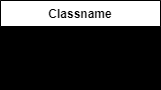
The draw.io diagram Patrones/ejercicio_8/ejercicio8/UMLej8.png in LeoDS9/OO2, before a commit. Source tidied: cells renumbered, new cells last; positions are measured from the earlier drawing's top-left corner, leaving out a move shared by most shapes. Its diagram source:
```xml
<mxGraphModel background="#000000">
  <root>
    <mxCell id="0" />
    <mxCell id="1" parent="0" />
    <mxCell id="2" value="Classname" style="swimlane;fontStyle=1;align=center;verticalAlign=top;horizontal=1;startSize=26;whiteSpace=wrap;html=1;" parent="1" vertex="1">
      <mxGeometry width="160" height="86" as="geometry" />
    </mxCell>
    <mxCell id="3" value="+ field: type" style="text;strokeColor=none;fillColor=none;align=left;verticalAlign=top;spacingLeft=4;spacingRight=4;overflow=hidden;whiteSpace=wrap;html=1;" parent="2" vertex="1">
      <mxGeometry y="26" width="160" height="26" as="geometry" />
    </mxCell>
    <mxCell id="4" style="line;strokeWidth=1;fillColor=none;align=left;verticalAlign=middle;spacingTop=-1;spacingLeft=3;spacingRight=3;labelPosition=right;strokeColor=inherit;" parent="2" vertex="1">
      <mxGeometry y="52" width="160" height="8" as="geometry" />
    </mxCell>
    <mxCell id="5" value="+ method(type): type" style="text;strokeColor=none;fillColor=none;align=left;verticalAlign=top;spacingLeft=4;spacingRight=4;overflow=hidden;whiteSpace=wrap;html=1;" parent="2" vertex="1">
      <mxGeometry y="60" width="160" height="26" as="geometry" />
    </mxCell>
  </root>
</mxGraphModel>
```
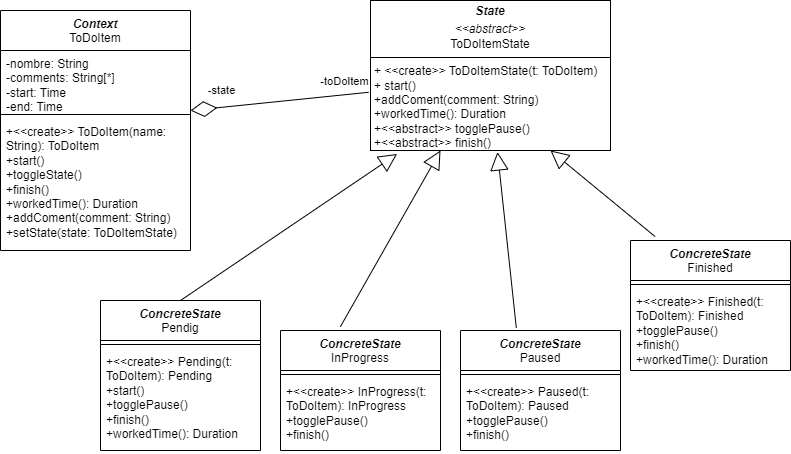
After the change.

Diff of the diagram source:
```diff
@@ -1,18 +1,86 @@
-<mxGraphModel background="#000000">
+<mxGraphModel background="#ffffff">
   <root>
     <mxCell id="0" />
     <mxCell id="1" parent="0" />
-    <mxCell id="2" value="Classname" style="swimlane;fontStyle=1;align=center;verticalAlign=top;horizontal=1;startSize=26;whiteSpace=wrap;html=1;" parent="1" vertex="1">
-      <mxGeometry width="160" height="86" as="geometry" />
+    <mxCell id="2" value="&lt;i&gt;Context&lt;/i&gt;&lt;div&gt;&lt;span style=&quot;font-weight: normal;&quot;&gt;ToDoItem&lt;/span&gt;&lt;/div&gt;" style="swimlane;fontStyle=1;align=center;verticalAlign=top;horizontal=1;startSize=40;whiteSpace=wrap;html=1;" parent="1" vertex="1">
+      <mxGeometry width="190" height="240" as="geometry" />
     </mxCell>
-    <mxCell id="3" value="+ field: type" style="text;strokeColor=none;fillColor=none;align=left;verticalAlign=top;spacingLeft=4;spacingRight=4;overflow=hidden;whiteSpace=wrap;html=1;" parent="2" vertex="1">
-      <mxGeometry y="26" width="160" height="26" as="geometry" />
+    <mxCell id="3" value="-nombre: String&lt;div&gt;-comments: String[*]&lt;/div&gt;&lt;div&gt;-start: Time&lt;/div&gt;&lt;div&gt;-end: Time&lt;/div&gt;" style="text;strokeColor=none;fillColor=none;align=left;verticalAlign=top;spacingLeft=4;spacingRight=4;overflow=hidden;whiteSpace=wrap;html=1;" parent="2" vertex="1">
+      <mxGeometry y="40" width="190" height="60" as="geometry" />
     </mxCell>
+    <mxCell id="6" style="endArrow=diamondThin;endFill=0;endSize=24;html=1;rounded=0;entryX=1.023;entryY=0.828;entryDx=0;entryDy=0;entryPerimeter=0;exitX=-0.008;exitY=0.612;exitDx=0;exitDy=0;exitPerimeter=0;" parent="2" edge="1" source="9">
+      <mxGeometry relative="1" as="geometry">
+        <mxPoint x="190" y="100" as="targetPoint" />
+      </mxGeometry>
+    </mxCell>
+    <mxCell id="7" value="-state" style="edgeLabel;html=1;align=center;verticalAlign=middle;" parent="6" vertex="1">
+      <mxGeometry x="0.85" y="-2" relative="1" as="geometry">
+        <mxPoint x="17" y="-17" as="offset" />
+      </mxGeometry>
+    </mxCell>
+    <mxCell id="8" value="-toDoItem" style="edgeLabel;html=1;align=center;verticalAlign=middle;" parent="6" vertex="1">
+      <mxGeometry x="-0.85" y="3" relative="1" as="geometry">
+        <mxPoint x="-12" y="-16" as="offset" />
+      </mxGeometry>
+    </mxCell>
     <mxCell id="4" style="line;strokeWidth=1;fillColor=none;align=left;verticalAlign=middle;spacingTop=-1;spacingLeft=3;spacingRight=3;labelPosition=right;strokeColor=inherit;" parent="2" vertex="1">
-      <mxGeometry y="52" width="160" height="8" as="geometry" />
+      <mxGeometry y="100" width="190" height="8" as="geometry" />
     </mxCell>
-    <mxCell id="5" value="+ method(type): type" style="text;strokeColor=none;fillColor=none;align=left;verticalAlign=top;spacingLeft=4;spacingRight=4;overflow=hidden;whiteSpace=wrap;html=1;" parent="2" vertex="1">
-      <mxGeometry y="60" width="160" height="26" as="geometry" />
+    <mxCell id="5" value="+&amp;lt;&amp;lt;create&amp;gt;&amp;gt; ToDoItem(name: String): ToDoItem&lt;div&gt;+start()&lt;/div&gt;&lt;div&gt;+toggleState()&lt;/div&gt;&lt;div&gt;+finish()&lt;/div&gt;&lt;div&gt;+workedTime(): Duration&lt;/div&gt;&lt;div&gt;+addComent(comment: String)&lt;/div&gt;&lt;div&gt;+setState(state: ToDoItemState)&lt;/div&gt;" style="text;strokeColor=none;fillColor=none;align=left;verticalAlign=top;spacingLeft=4;spacingRight=4;overflow=hidden;whiteSpace=wrap;html=1;" parent="2" vertex="1">
+      <mxGeometry y="108" width="190" height="132" as="geometry" />
     </mxCell>
+    <mxCell id="9" value="&lt;p style=&quot;margin:0px;margin-top:4px;text-align:center;&quot;&gt;&lt;i&gt;&lt;b&gt;State&lt;/b&gt;&lt;/i&gt;&lt;/p&gt;&lt;p style=&quot;margin:0px;margin-top:4px;text-align:center;&quot;&gt;&lt;i&gt;&amp;lt;&amp;lt;abstract&amp;gt;&amp;gt;&lt;/i&gt;&lt;br&gt;ToDoItemState&lt;/p&gt;&lt;hr size=&quot;1&quot; style=&quot;border-style:solid;&quot;&gt;&lt;p style=&quot;margin:0px;margin-left:4px;&quot;&gt;+ &amp;lt;&amp;lt;create&amp;gt;&amp;gt; ToDoItemState(t: ToDoItem)&lt;br&gt;+ start()&lt;/p&gt;&lt;p style=&quot;margin:0px;margin-left:4px;&quot;&gt;+addComent(comment: String)&lt;/p&gt;&lt;p style=&quot;margin:0px;margin-left:4px;&quot;&gt;+workedTime(): Duration&lt;/p&gt;&lt;p style=&quot;margin:0px;margin-left:4px;&quot;&gt;+&amp;lt;&amp;lt;abstract&amp;gt;&amp;gt; togglePause()&lt;/p&gt;&lt;p style=&quot;margin:0px;margin-left:4px;&quot;&gt;+&amp;lt;&amp;lt;abstract&amp;gt;&amp;gt; finish()&lt;/p&gt;" style="verticalAlign=top;align=left;overflow=fill;html=1;whiteSpace=wrap;" parent="1" vertex="1">
+      <mxGeometry x="370" y="-10" width="240" height="150" as="geometry" />
+    </mxCell>
+    <mxCell id="10" value="&lt;div&gt;&lt;i&gt;ConcreteState&lt;/i&gt;&lt;/div&gt;&lt;div&gt;&lt;span style=&quot;font-weight: normal;&quot;&gt;Pendig&lt;/span&gt;&lt;/div&gt;" style="swimlane;fontStyle=1;align=center;verticalAlign=top;horizontal=1;startSize=40;whiteSpace=wrap;html=1;" parent="1" vertex="1">
+      <mxGeometry x="100" y="290" width="160" height="150" as="geometry" />
+    </mxCell>
+    <mxCell id="11" style="line;strokeWidth=1;fillColor=none;align=left;verticalAlign=middle;spacingTop=-1;spacingLeft=3;spacingRight=3;labelPosition=right;strokeColor=inherit;" parent="10" vertex="1">
+      <mxGeometry y="40" width="160" height="8" as="geometry" />
+    </mxCell>
+    <mxCell id="12" value="+&amp;lt;&amp;lt;create&amp;gt;&amp;gt; Pending(t: ToDoItem): Pending&lt;div&gt;+start()&lt;/div&gt;&lt;div&gt;+togglePause()&lt;/div&gt;&lt;div&gt;+finish()&lt;/div&gt;&lt;div&gt;+workedTime(): Duration&lt;/div&gt;" style="text;strokeColor=none;fillColor=none;align=left;verticalAlign=top;spacingLeft=4;spacingRight=4;overflow=hidden;whiteSpace=wrap;html=1;" parent="10" vertex="1">
+      <mxGeometry y="48" width="160" height="102" as="geometry" />
+    </mxCell>
+    <mxCell id="13" style="endArrow=block;endSize=16;endFill=0;html=1;rounded=0;exitX=0.5;exitY=0;exitDx=0;exitDy=0;entryX=0.111;entryY=1.023;entryDx=0;entryDy=0;entryPerimeter=0;" parent="1" edge="1" source="10" target="9">
+      <mxGeometry x="-0.16" y="-15" relative="1" as="geometry" />
+    </mxCell>
+    <mxCell id="14" value="&lt;div&gt;&lt;i&gt;ConcreteState&lt;/i&gt;&lt;/div&gt;&lt;div&gt;&lt;span style=&quot;font-weight: normal;&quot;&gt;InProgress&lt;/span&gt;&lt;/div&gt;" style="swimlane;fontStyle=1;align=center;verticalAlign=top;horizontal=1;startSize=40;whiteSpace=wrap;html=1;" parent="1" vertex="1">
+      <mxGeometry x="280" y="320" width="160" height="120" as="geometry" />
+    </mxCell>
+    <mxCell id="15" style="line;strokeWidth=1;fillColor=none;align=left;verticalAlign=middle;spacingTop=-1;spacingLeft=3;spacingRight=3;labelPosition=right;strokeColor=inherit;" parent="14" vertex="1">
+      <mxGeometry y="40" width="160" height="8" as="geometry" />
+    </mxCell>
+    <mxCell id="16" value="+&amp;lt;&amp;lt;create&amp;gt;&amp;gt; InProgress(t: ToDoItem): InProgress&lt;div&gt;+togglePause()&lt;/div&gt;&lt;div&gt;+finish()&lt;/div&gt;" style="text;strokeColor=none;fillColor=none;align=left;verticalAlign=top;spacingLeft=4;spacingRight=4;overflow=hidden;whiteSpace=wrap;html=1;" parent="14" vertex="1">
+      <mxGeometry y="48" width="160" height="72" as="geometry" />
+    </mxCell>
+    <mxCell id="17" style="endArrow=block;endSize=16;endFill=0;html=1;rounded=0;exitX=0.374;exitY=-0.031;exitDx=0;exitDy=0;exitPerimeter=0;" parent="1" edge="1" source="14">
+      <mxGeometry x="-0.16" y="-15" relative="1" as="geometry">
+        <mxPoint x="440" y="140" as="targetPoint" />
+      </mxGeometry>
+    </mxCell>
+    <mxCell id="18" value="&lt;div&gt;&lt;i&gt;ConcreteState&lt;/i&gt;&lt;/div&gt;&lt;div&gt;&lt;span style=&quot;font-weight: 400;&quot;&gt;Paused&lt;/span&gt;&lt;/div&gt;" style="swimlane;fontStyle=1;align=center;verticalAlign=top;horizontal=1;startSize=40;whiteSpace=wrap;html=1;" parent="1" vertex="1">
+      <mxGeometry x="460" y="320" width="160" height="120" as="geometry" />
+    </mxCell>
+    <mxCell id="19" style="line;strokeWidth=1;fillColor=none;align=left;verticalAlign=middle;spacingTop=-1;spacingLeft=3;spacingRight=3;labelPosition=right;strokeColor=inherit;" parent="18" vertex="1">
+      <mxGeometry y="40" width="160" height="8" as="geometry" />
+    </mxCell>
+    <mxCell id="20" value="+&amp;lt;&amp;lt;create&amp;gt;&amp;gt; Paused(t: ToDoItem): Paused&lt;div&gt;+togglePause()&lt;/div&gt;&lt;div&gt;+finish()&lt;/div&gt;" style="text;strokeColor=none;fillColor=none;align=left;verticalAlign=top;spacingLeft=4;spacingRight=4;overflow=hidden;whiteSpace=wrap;html=1;" parent="18" vertex="1">
+      <mxGeometry y="48" width="160" height="72" as="geometry" />
+    </mxCell>
+    <mxCell id="21" style="endArrow=block;endSize=16;endFill=0;html=1;rounded=0;exitX=0.349;exitY=-0.021;exitDx=0;exitDy=0;exitPerimeter=0;entryX=0.529;entryY=1.01;entryDx=0;entryDy=0;entryPerimeter=0;" parent="1" edge="1" source="18" target="9">
+      <mxGeometry x="-0.16" y="-15" relative="1" as="geometry" />
+    </mxCell>
+    <mxCell id="22" value="&lt;div&gt;&lt;i&gt;ConcreteState&lt;/i&gt;&lt;/div&gt;&lt;div&gt;&lt;span style=&quot;font-weight: 400;&quot;&gt;Finished&lt;/span&gt;&lt;/div&gt;" style="swimlane;fontStyle=1;align=center;verticalAlign=top;horizontal=1;startSize=40;whiteSpace=wrap;html=1;" parent="1" vertex="1">
+      <mxGeometry x="630" y="230" width="160" height="130" as="geometry" />
+    </mxCell>
+    <mxCell id="23" style="line;strokeWidth=1;fillColor=none;align=left;verticalAlign=middle;spacingTop=-1;spacingLeft=3;spacingRight=3;labelPosition=right;strokeColor=inherit;" parent="22" vertex="1">
+      <mxGeometry y="40" width="160" height="8" as="geometry" />
+    </mxCell>
+    <mxCell id="24" value="+&amp;lt;&amp;lt;create&amp;gt;&amp;gt; Finished(t: ToDoItem): Finished&lt;div&gt;+togglePause()&lt;/div&gt;&lt;div&gt;+finish()&lt;/div&gt;&lt;div&gt;+workedTime(): Duration&lt;/div&gt;" style="text;strokeColor=none;fillColor=none;align=left;verticalAlign=top;spacingLeft=4;spacingRight=4;overflow=hidden;whiteSpace=wrap;html=1;" parent="22" vertex="1">
+      <mxGeometry y="48" width="160" height="82" as="geometry" />
+    </mxCell>
+    <mxCell id="25" style="endArrow=block;endSize=16;endFill=0;html=1;rounded=0;exitX=0.154;exitY=-0.03;exitDx=0;exitDy=0;exitPerimeter=0;entryX=0.75;entryY=1;entryDx=0;entryDy=0;" parent="1" edge="1" source="22" target="9">
+      <mxGeometry x="-0.16" y="-15" relative="1" as="geometry" />
+    </mxCell>
   </root>
 </mxGraphModel>
```
